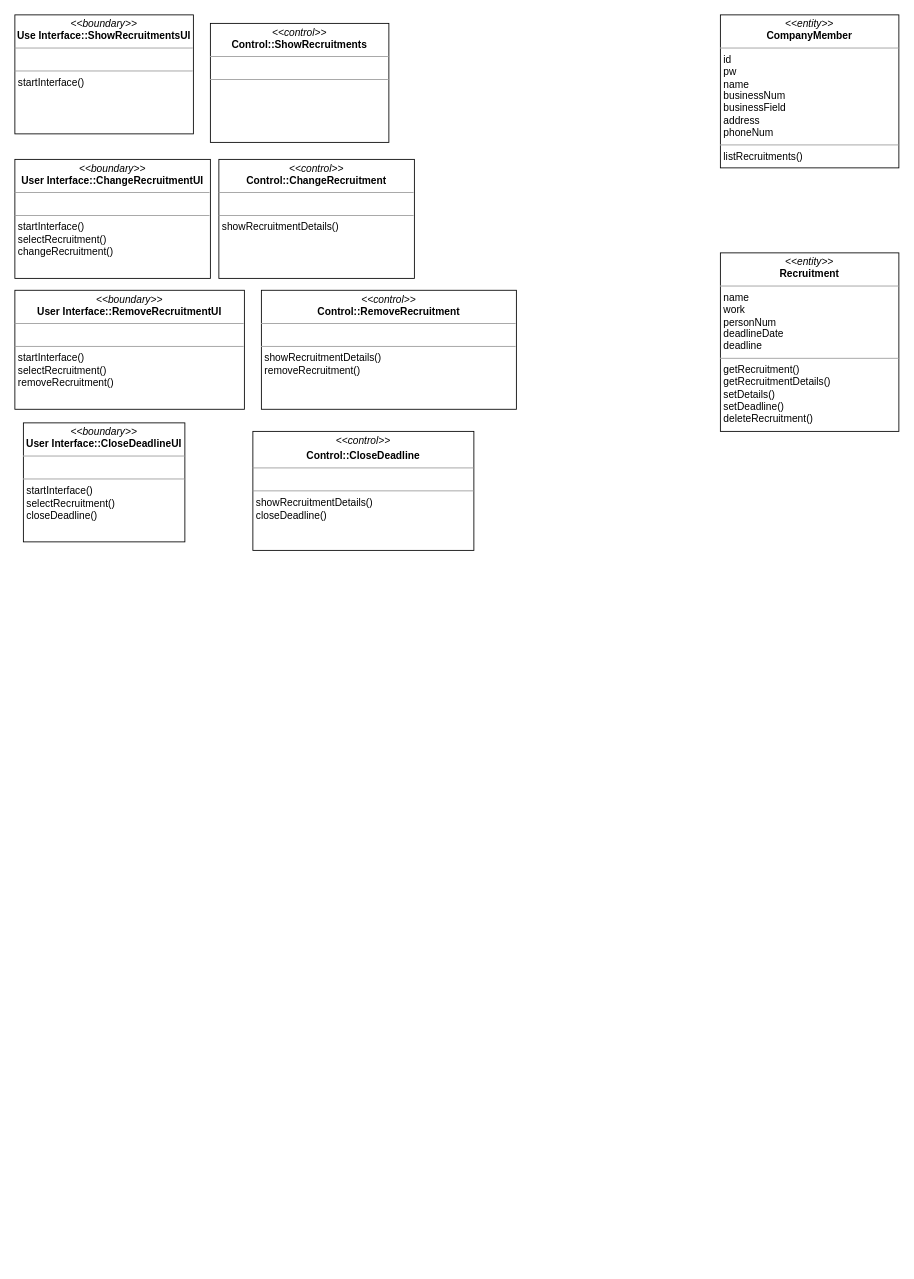
FinancialWorld16/SE_TEAM keeps this draw.io diagram as page "UI&Control" (1 of 2) of B811010_고한강/class diagram.drawio. Above is the earlier version. Source tidied: cells renumbered, new cells numbered last; positions are measured from the earlier drawing's top-left corner, leaving out a move shared by most shapes. Both pictures are drawn from the tidied source at 85%, with x=0, y=0 at pixel (14, 14).
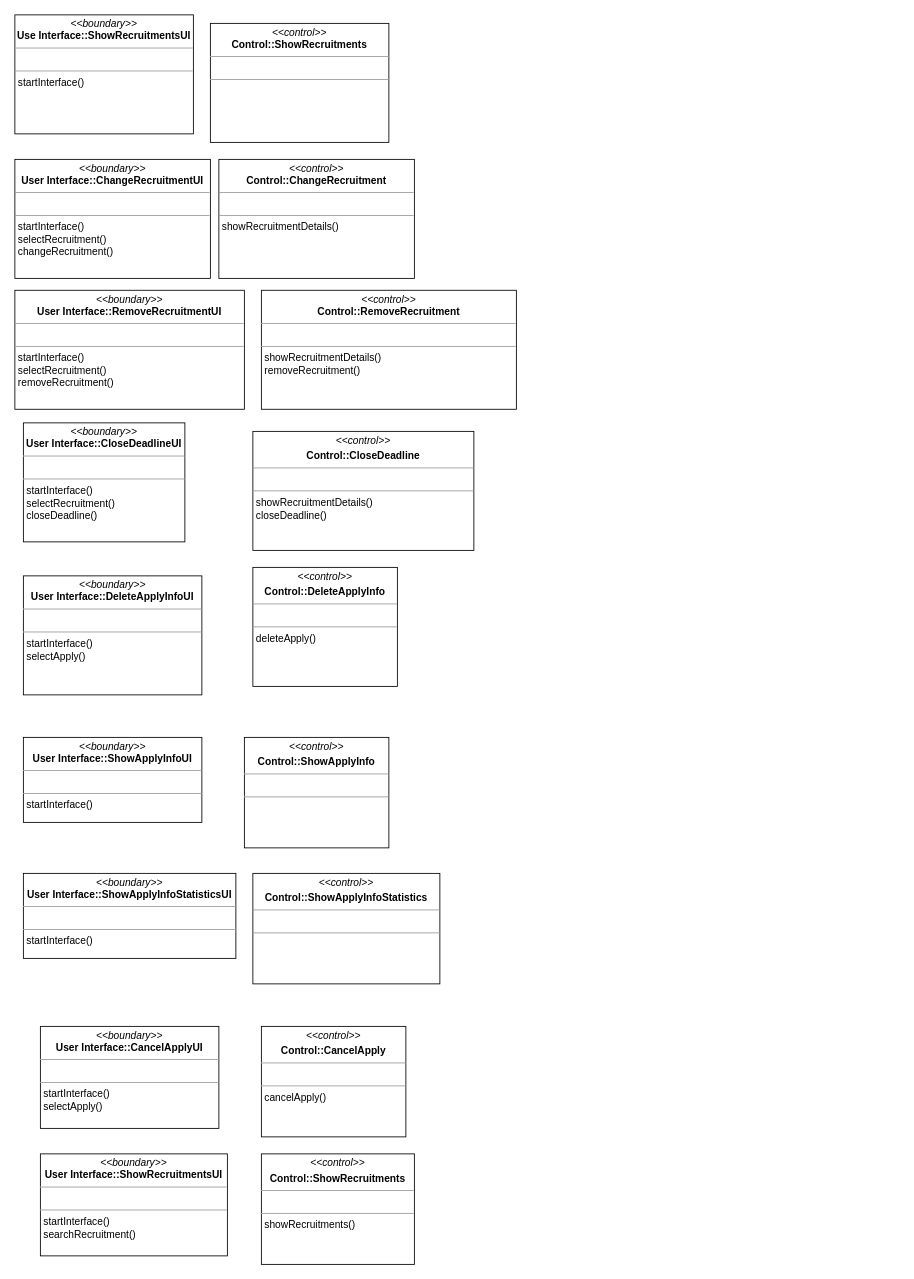
The same page after the edit.

What changed in the source:
```diff
@@
 <mxGraphModel>
   <root>
     <mxCell id="0" />
     <mxCell id="1" parent="0" />
     <mxCell id="2" value="&lt;p style=&quot;margin:0px;margin-top:4px;text-align:center;&quot;&gt;&lt;i&gt;&amp;lt;&amp;lt;boundary&amp;gt;&amp;gt;&lt;/i&gt;&lt;br&gt;&lt;b&gt;Use Interface::ShowRecruitmentsUI&lt;/b&gt;&lt;/p&gt;&lt;hr size=&quot;1&quot;&gt;&lt;p style=&quot;margin:0px;margin-left:4px;&quot;&gt;&lt;br&gt;&lt;/p&gt;&lt;hr size=&quot;1&quot;&gt;&lt;p style=&quot;margin:0px;margin-left:4px;&quot;&gt;startInterface()&lt;br&gt;&lt;/p&gt;" style="verticalAlign=top;align=left;overflow=fill;fontSize=12;fontFamily=Helvetica;html=1;" parent="1" vertex="1">
       <mxGeometry width="210" height="140" as="geometry" />
     </mxCell>
     <mxCell id="3" value="&lt;p style=&quot;margin:0px;margin-top:4px;text-align:center;&quot;&gt;&lt;i&gt;&amp;lt;&amp;lt;boundary&amp;gt;&amp;gt;&lt;/i&gt;&lt;br&gt;&lt;b&gt;User Interface::ChangeRecruitmentUI&lt;/b&gt;&lt;/p&gt;&lt;hr size=&quot;1&quot;&gt;&lt;p style=&quot;margin:0px;margin-left:4px;&quot;&gt;&lt;br&gt;&lt;/p&gt;&lt;hr size=&quot;1&quot;&gt;&lt;p style=&quot;margin:0px;margin-left:4px;&quot;&gt;startInterface()&lt;br&gt;&lt;/p&gt;&lt;p style=&quot;margin:0px;margin-left:4px;&quot;&gt;selectRecruitment()&lt;/p&gt;&lt;p style=&quot;margin:0px;margin-left:4px;&quot;&gt;changeRecruitment()&lt;/p&gt;" style="verticalAlign=top;align=left;overflow=fill;fontSize=12;fontFamily=Helvetica;html=1;" parent="1" vertex="1">
       <mxGeometry y="170" width="230" height="140" as="geometry" />
     </mxCell>
     <mxCell id="4" value="&lt;p style=&quot;margin:0px;margin-top:4px;text-align:center;&quot;&gt;&lt;i&gt;&amp;lt;&amp;lt;boundary&amp;gt;&amp;gt;&lt;/i&gt;&lt;br&gt;&lt;b&gt;User Interface::CloseDeadlineUI&lt;/b&gt;&lt;/p&gt;&lt;hr size=&quot;1&quot;&gt;&lt;p style=&quot;margin:0px;margin-left:4px;&quot;&gt;&lt;br&gt;&lt;/p&gt;&lt;hr size=&quot;1&quot;&gt;&lt;p style=&quot;margin:0px;margin-left:4px;&quot;&gt;startInterface()&lt;br&gt;&lt;/p&gt;&lt;p style=&quot;margin:0px;margin-left:4px;&quot;&gt;selectRecruitment()&lt;/p&gt;&lt;p style=&quot;margin:0px;margin-left:4px;&quot;&gt;closeDeadline()&lt;/p&gt;" style="verticalAlign=top;align=left;overflow=fill;fontSize=12;fontFamily=Helvetica;html=1;" parent="1" vertex="1">
       <mxGeometry x="10" y="480" width="190" height="140" as="geometry" />
     </mxCell>
     <mxCell id="5" value="&lt;p style=&quot;margin:0px;margin-top:4px;text-align:center;&quot;&gt;&lt;i&gt;&amp;lt;&amp;lt;boundary&amp;gt;&amp;gt;&lt;/i&gt;&lt;br&gt;&lt;b&gt;User Interface::RemoveRecruitmentUI&lt;/b&gt;&lt;/p&gt;&lt;hr size=&quot;1&quot;&gt;&lt;p style=&quot;margin:0px;margin-left:4px;&quot;&gt;&lt;br&gt;&lt;/p&gt;&lt;hr size=&quot;1&quot;&gt;&lt;p style=&quot;margin:0px;margin-left:4px;&quot;&gt;startInterface()&lt;br&gt;&lt;/p&gt;&lt;p style=&quot;margin:0px;margin-left:4px;&quot;&gt;selectRecruitment()&lt;/p&gt;&lt;p style=&quot;margin:0px;margin-left:4px;&quot;&gt;removeRecruitment()&lt;/p&gt;" style="verticalAlign=top;align=left;overflow=fill;fontSize=12;fontFamily=Helvetica;html=1;" parent="1" vertex="1">
       <mxGeometry y="324" width="270" height="140" as="geometry" />
     </mxCell>
     <mxCell id="6" value="&lt;p style=&quot;margin:0px;margin-top:4px;text-align:center;&quot;&gt;&lt;i&gt;&amp;lt;&amp;lt;control&amp;gt;&amp;gt;&lt;/i&gt;&lt;br&gt;&lt;b style=&quot;border-color: var(--border-color);&quot;&gt;Control&lt;/b&gt;&lt;b&gt;::ShowRecruitments&lt;/b&gt;&lt;/p&gt;&lt;hr size=&quot;1&quot;&gt;&lt;p style=&quot;margin:0px;margin-left:4px;&quot;&gt;&lt;br&gt;&lt;/p&gt;&lt;hr size=&quot;1&quot;&gt;&lt;p style=&quot;margin:0px;margin-left:4px;&quot;&gt;&lt;br&gt;&lt;/p&gt;" style="verticalAlign=top;align=left;overflow=fill;fontSize=12;fontFamily=Helvetica;html=1;" parent="1" vertex="1">
       <mxGeometry x="230" y="10" width="210" height="140" as="geometry" />
     </mxCell>
     <mxCell id="7" value="&lt;p style=&quot;margin:0px;margin-top:4px;text-align:center;&quot;&gt;&lt;i&gt;&amp;lt;&amp;lt;&lt;/i&gt;&lt;i style=&quot;border-color: var(--border-color);&quot;&gt;control&lt;/i&gt;&lt;i&gt;&amp;gt;&amp;gt;&lt;/i&gt;&lt;br&gt;&lt;b style=&quot;border-color: var(--border-color);&quot;&gt;Control&lt;/b&gt;&lt;b&gt;::ChangeRecruitment&lt;/b&gt;&lt;/p&gt;&lt;hr size=&quot;1&quot;&gt;&lt;p style=&quot;margin:0px;margin-left:4px;&quot;&gt;&lt;br&gt;&lt;/p&gt;&lt;hr size=&quot;1&quot;&gt;&lt;p style=&quot;margin:0px;margin-left:4px;&quot;&gt;showRecruitmentDetails()&lt;/p&gt;" style="verticalAlign=top;align=left;overflow=fill;fontSize=12;fontFamily=Helvetica;html=1;" parent="1" vertex="1">
       <mxGeometry x="240" y="170" width="230" height="140" as="geometry" />
     </mxCell>
     <mxCell id="8" value="&lt;p style=&quot;margin:0px;margin-top:4px;text-align:center;&quot;&gt;&lt;i&gt;&amp;lt;&amp;lt;&lt;/i&gt;&lt;i style=&quot;border-color: var(--border-color);&quot;&gt;control&lt;/i&gt;&lt;i&gt;&amp;gt;&amp;gt;&lt;/i&gt;&lt;br&gt;&lt;b style=&quot;border-color: var(--border-color);&quot;&gt;Control&lt;/b&gt;&lt;b&gt;::RemoveRecruitment&lt;/b&gt;&lt;/p&gt;&lt;hr size=&quot;1&quot;&gt;&lt;p style=&quot;margin:0px;margin-left:4px;&quot;&gt;&lt;br&gt;&lt;/p&gt;&lt;hr size=&quot;1&quot;&gt;&lt;p style=&quot;margin:0px;margin-left:4px;&quot;&gt;showRecruitmentDetails()&lt;br&gt;&lt;/p&gt;&lt;p style=&quot;margin:0px;margin-left:4px;&quot;&gt;removeRecruitment()&lt;/p&gt;" style="verticalAlign=top;align=left;overflow=fill;fontSize=12;fontFamily=Helvetica;html=1;" parent="1" vertex="1">
       <mxGeometry x="290" y="324" width="300" height="140" as="geometry" />
     </mxCell>
     <mxCell id="9" value="&lt;p style=&quot;margin:0px;margin-top:4px;text-align:center;&quot;&gt;&lt;i&gt;&amp;lt;&amp;lt;&lt;/i&gt;&lt;i style=&quot;border-color: var(--border-color);&quot;&gt;control&lt;/i&gt;&lt;i&gt;&amp;gt;&amp;gt;&lt;/i&gt;&lt;/p&gt;&lt;p style=&quot;margin:0px;margin-top:4px;text-align:center;&quot;&gt;&lt;b&gt;Control::CloseDeadline&lt;/b&gt;&lt;/p&gt;&lt;hr size=&quot;1&quot;&gt;&lt;p style=&quot;margin:0px;margin-left:4px;&quot;&gt;&lt;br&gt;&lt;/p&gt;&lt;hr size=&quot;1&quot;&gt;&lt;p style=&quot;margin:0px;margin-left:4px;&quot;&gt;showRecruitmentDetails()&lt;br&gt;&lt;/p&gt;&lt;p style=&quot;margin:0px;margin-left:4px;&quot;&gt;closeDeadline()&lt;/p&gt;" style="verticalAlign=top;align=left;overflow=fill;fontSize=12;fontFamily=Helvetica;html=1;" parent="1" vertex="1">
       <mxGeometry x="280" y="490" width="260" height="140" as="geometry" />
     </mxCell>
-    <mxCell id="10" value="&lt;p style=&quot;margin:0px;margin-top:4px;text-align:center;&quot;&gt;&lt;i&gt;&amp;lt;&amp;lt;entity&amp;gt;&amp;gt;&lt;/i&gt;&lt;br&gt;&lt;b&gt;Recruitment&lt;/b&gt;&lt;/p&gt;&lt;hr size=&quot;1&quot;&gt;&lt;p style=&quot;margin:0px;margin-left:4px;&quot;&gt;name&lt;/p&gt;&lt;p style=&quot;margin:0px;margin-left:4px;&quot;&gt;work&lt;/p&gt;&lt;p style=&quot;margin:0px;margin-left:4px;&quot;&gt;personNum&lt;/p&gt;&lt;p style=&quot;margin:0px;margin-left:4px;&quot;&gt;deadlineDate&lt;/p&gt;&lt;p style=&quot;margin:0px;margin-left:4px;&quot;&gt;deadline&lt;/p&gt;&lt;hr size=&quot;1&quot;&gt;&lt;p style=&quot;margin:0px;margin-left:4px;&quot;&gt;getRecruitment()&lt;/p&gt;&lt;p style=&quot;margin:0px;margin-left:4px;&quot;&gt;getRecruitmentDetails()&lt;/p&gt;&lt;p style=&quot;margin:0px;margin-left:4px;&quot;&gt;setDetails()&lt;/p&gt;&lt;p style=&quot;margin:0px;margin-left:4px;&quot;&gt;setDeadline()&lt;/p&gt;&lt;p style=&quot;margin:0px;margin-left:4px;&quot;&gt;deleteRecruitment()&lt;/p&gt;" style="verticalAlign=top;align=left;overflow=fill;fontSize=12;fontFamily=Helvetica;html=1;" parent="1" vertex="1">
-      <mxGeometry x="830" y="280" width="210" height="210" as="geometry" />
-    </mxCell>
-    <mxCell id="11" value="&lt;p style=&quot;margin:0px;margin-top:4px;text-align:center;&quot;&gt;&lt;i&gt;&amp;lt;&amp;lt;entity&amp;gt;&amp;gt;&lt;/i&gt;&lt;br&gt;&lt;b&gt;CompanyMember&lt;/b&gt;&lt;/p&gt;&lt;hr size=&quot;1&quot;&gt;&lt;p style=&quot;margin:0px;margin-left:4px;&quot;&gt;id&lt;/p&gt;&lt;p style=&quot;margin:0px;margin-left:4px;&quot;&gt;pw&lt;/p&gt;&lt;p style=&quot;margin:0px;margin-left:4px;&quot;&gt;name&lt;/p&gt;&lt;p style=&quot;margin:0px;margin-left:4px;&quot;&gt;businessNum&lt;/p&gt;&lt;p style=&quot;margin:0px;margin-left:4px;&quot;&gt;businessField&lt;/p&gt;&lt;p style=&quot;margin:0px;margin-left:4px;&quot;&gt;address&lt;/p&gt;&lt;p style=&quot;margin:0px;margin-left:4px;&quot;&gt;phoneNum&lt;/p&gt;&lt;hr size=&quot;1&quot;&gt;&lt;p style=&quot;margin:0px;margin-left:4px;&quot;&gt;listRecruitments()&lt;/p&gt;" style="verticalAlign=top;align=left;overflow=fill;fontSize=12;fontFamily=Helvetica;html=1;" parent="1" vertex="1">
-      <mxGeometry x="830" width="210" height="180" as="geometry" />
-    </mxCell>
+    <mxCell id="12" value="&lt;p style=&quot;margin:0px;margin-top:4px;text-align:center;&quot;&gt;&lt;i&gt;&amp;lt;&amp;lt;boundary&amp;gt;&amp;gt;&lt;/i&gt;&lt;br&gt;&lt;b&gt;User Interface::DeleteApplyInfoUI&lt;/b&gt;&lt;/p&gt;&lt;hr size=&quot;1&quot;&gt;&lt;p style=&quot;margin:0px;margin-left:4px;&quot;&gt;&lt;br&gt;&lt;/p&gt;&lt;hr size=&quot;1&quot;&gt;&lt;p style=&quot;margin:0px;margin-left:4px;&quot;&gt;startInterface()&lt;/p&gt;&lt;p style=&quot;margin:0px;margin-left:4px;&quot;&gt;selectApply()&lt;/p&gt;" style="verticalAlign=top;align=left;overflow=fill;fontSize=12;fontFamily=Helvetica;html=1;" parent="1" vertex="1">
+      <mxGeometry x="10" y="660" width="210" height="140" as="geometry" />
+    </mxCell>
+    <mxCell id="13" value="&lt;p style=&quot;margin:0px;margin-top:4px;text-align:center;&quot;&gt;&lt;i&gt;&amp;lt;&amp;lt;&lt;/i&gt;&lt;i style=&quot;border-color: var(--border-color);&quot;&gt;control&lt;/i&gt;&lt;i&gt;&amp;gt;&amp;gt;&lt;/i&gt;&lt;/p&gt;&lt;p style=&quot;margin:0px;margin-top:4px;text-align:center;&quot;&gt;&lt;b&gt;Control::DeleteApplyInfo&lt;/b&gt;&lt;/p&gt;&lt;hr size=&quot;1&quot;&gt;&lt;p style=&quot;margin:0px;margin-left:4px;&quot;&gt;&lt;br&gt;&lt;/p&gt;&lt;hr size=&quot;1&quot;&gt;&lt;p style=&quot;margin:0px;margin-left:4px;&quot;&gt;deleteApply()&lt;/p&gt;" style="verticalAlign=top;align=left;overflow=fill;fontSize=12;fontFamily=Helvetica;html=1;" parent="1" vertex="1">
+      <mxGeometry x="280" y="650" width="170" height="140" as="geometry" />
+    </mxCell>
+    <mxCell id="14" value="&lt;p style=&quot;margin:0px;margin-top:4px;text-align:center;&quot;&gt;&lt;i&gt;&amp;lt;&amp;lt;boundary&amp;gt;&amp;gt;&lt;/i&gt;&lt;br&gt;&lt;b&gt;User Interface::ShowApplyInfoUI&lt;/b&gt;&lt;/p&gt;&lt;hr size=&quot;1&quot;&gt;&lt;p style=&quot;margin:0px;margin-left:4px;&quot;&gt;&lt;br&gt;&lt;/p&gt;&lt;hr size=&quot;1&quot;&gt;&lt;p style=&quot;margin:0px;margin-left:4px;&quot;&gt;startInterface()&lt;/p&gt;" style="verticalAlign=top;align=left;overflow=fill;fontSize=12;fontFamily=Helvetica;html=1;" parent="1" vertex="1">
+      <mxGeometry x="10" y="850" width="210" height="100" as="geometry" />
+    </mxCell>
+    <mxCell id="15" value="&lt;p style=&quot;margin:0px;margin-top:4px;text-align:center;&quot;&gt;&lt;i&gt;&amp;lt;&amp;lt;&lt;/i&gt;&lt;i style=&quot;border-color: var(--border-color);&quot;&gt;control&lt;/i&gt;&lt;i&gt;&amp;gt;&amp;gt;&lt;/i&gt;&lt;/p&gt;&lt;p style=&quot;margin:0px;margin-top:4px;text-align:center;&quot;&gt;&lt;b&gt;Control::ShowApplyInfo&lt;/b&gt;&lt;/p&gt;&lt;hr size=&quot;1&quot;&gt;&lt;p style=&quot;margin:0px;margin-left:4px;&quot;&gt;&lt;br&gt;&lt;/p&gt;&lt;hr size=&quot;1&quot;&gt;&lt;p style=&quot;margin:0px;margin-left:4px;&quot;&gt;&lt;br&gt;&lt;/p&gt;" style="verticalAlign=top;align=left;overflow=fill;fontSize=12;fontFamily=Helvetica;html=1;" parent="1" vertex="1">
+      <mxGeometry x="270" y="850" width="170" height="130" as="geometry" />
+    </mxCell>
+    <mxCell id="16" value="&lt;p style=&quot;margin:0px;margin-top:4px;text-align:center;&quot;&gt;&lt;i&gt;&amp;lt;&amp;lt;boundary&amp;gt;&amp;gt;&lt;/i&gt;&lt;br&gt;&lt;b&gt;User Interface::ShowApplyInfoStatisticsUI&lt;/b&gt;&lt;/p&gt;&lt;hr size=&quot;1&quot;&gt;&lt;p style=&quot;margin:0px;margin-left:4px;&quot;&gt;&lt;br&gt;&lt;/p&gt;&lt;hr size=&quot;1&quot;&gt;&lt;p style=&quot;margin:0px;margin-left:4px;&quot;&gt;startInterface()&lt;/p&gt;" style="verticalAlign=top;align=left;overflow=fill;fontSize=12;fontFamily=Helvetica;html=1;" parent="1" vertex="1">
+      <mxGeometry x="10" y="1010" width="250" height="100" as="geometry" />
+    </mxCell>
+    <mxCell id="17" value="&lt;p style=&quot;margin:0px;margin-top:4px;text-align:center;&quot;&gt;&lt;i&gt;&amp;lt;&amp;lt;&lt;/i&gt;&lt;i style=&quot;border-color: var(--border-color);&quot;&gt;control&lt;/i&gt;&lt;i&gt;&amp;gt;&amp;gt;&lt;/i&gt;&lt;/p&gt;&lt;p style=&quot;margin:0px;margin-top:4px;text-align:center;&quot;&gt;&lt;b&gt;Control::ShowApplyInfoStatistics&lt;/b&gt;&lt;/p&gt;&lt;hr size=&quot;1&quot;&gt;&lt;p style=&quot;margin:0px;margin-left:4px;&quot;&gt;&lt;br&gt;&lt;/p&gt;&lt;hr size=&quot;1&quot;&gt;&lt;p style=&quot;margin:0px;margin-left:4px;&quot;&gt;&lt;br&gt;&lt;/p&gt;" style="verticalAlign=top;align=left;overflow=fill;fontSize=12;fontFamily=Helvetica;html=1;" parent="1" vertex="1">
+      <mxGeometry x="280" y="1010" width="220" height="130" as="geometry" />
+    </mxCell>
+    <mxCell id="18" value="&lt;p style=&quot;margin:0px;margin-top:4px;text-align:center;&quot;&gt;&lt;i&gt;&amp;lt;&amp;lt;boundary&amp;gt;&amp;gt;&lt;/i&gt;&lt;br&gt;&lt;b&gt;User Interface::CancelApplyUI&lt;/b&gt;&lt;/p&gt;&lt;hr size=&quot;1&quot;&gt;&lt;p style=&quot;margin:0px;margin-left:4px;&quot;&gt;&lt;br&gt;&lt;/p&gt;&lt;hr size=&quot;1&quot;&gt;&lt;p style=&quot;margin:0px;margin-left:4px;&quot;&gt;startInterface()&lt;/p&gt;&lt;p style=&quot;margin:0px;margin-left:4px;&quot;&gt;selectApply()&lt;/p&gt;" style="verticalAlign=top;align=left;overflow=fill;fontSize=12;fontFamily=Helvetica;html=1;" parent="1" vertex="1">
+      <mxGeometry x="30" y="1190" width="210" height="120" as="geometry" />
+    </mxCell>
+    <mxCell id="19" value="&lt;p style=&quot;margin:0px;margin-top:4px;text-align:center;&quot;&gt;&lt;i&gt;&amp;lt;&amp;lt;&lt;/i&gt;&lt;i style=&quot;border-color: var(--border-color);&quot;&gt;control&lt;/i&gt;&lt;i&gt;&amp;gt;&amp;gt;&lt;/i&gt;&lt;/p&gt;&lt;p style=&quot;margin:0px;margin-top:4px;text-align:center;&quot;&gt;&lt;b&gt;Control::CancelApply&lt;/b&gt;&lt;/p&gt;&lt;hr size=&quot;1&quot;&gt;&lt;p style=&quot;margin:0px;margin-left:4px;&quot;&gt;&lt;br&gt;&lt;/p&gt;&lt;hr size=&quot;1&quot;&gt;&lt;p style=&quot;margin:0px;margin-left:4px;&quot;&gt;cancelApply()&lt;/p&gt;" style="verticalAlign=top;align=left;overflow=fill;fontSize=12;fontFamily=Helvetica;html=1;" parent="1" vertex="1">
+      <mxGeometry x="290" y="1190" width="170" height="130" as="geometry" />
+    </mxCell>
+    <mxCell id="20" value="&lt;p style=&quot;margin:0px;margin-top:4px;text-align:center;&quot;&gt;&lt;i&gt;&amp;lt;&amp;lt;boundary&amp;gt;&amp;gt;&lt;/i&gt;&lt;br&gt;&lt;b&gt;User Interface::ShowRecruitmentsUI&lt;/b&gt;&lt;/p&gt;&lt;hr size=&quot;1&quot;&gt;&lt;p style=&quot;margin:0px;margin-left:4px;&quot;&gt;&lt;br&gt;&lt;/p&gt;&lt;hr size=&quot;1&quot;&gt;&lt;p style=&quot;margin:0px;margin-left:4px;&quot;&gt;startInterface()&lt;/p&gt;&lt;p style=&quot;margin:0px;margin-left:4px;&quot;&gt;searchRecruitment()&lt;/p&gt;" style="verticalAlign=top;align=left;overflow=fill;fontSize=12;fontFamily=Helvetica;html=1;" parent="1" vertex="1">
+      <mxGeometry x="30" y="1340" width="220" height="120" as="geometry" />
+    </mxCell>
+    <mxCell id="21" value="&lt;p style=&quot;margin:0px;margin-top:4px;text-align:center;&quot;&gt;&lt;i&gt;&amp;lt;&amp;lt;&lt;/i&gt;&lt;i style=&quot;border-color: var(--border-color);&quot;&gt;control&lt;/i&gt;&lt;i&gt;&amp;gt;&amp;gt;&lt;/i&gt;&lt;/p&gt;&lt;p style=&quot;margin:0px;margin-top:4px;text-align:center;&quot;&gt;&lt;b&gt;Control::ShowRecruitments&lt;/b&gt;&lt;/p&gt;&lt;hr size=&quot;1&quot;&gt;&lt;p style=&quot;margin:0px;margin-left:4px;&quot;&gt;&lt;br&gt;&lt;/p&gt;&lt;hr size=&quot;1&quot;&gt;&lt;p style=&quot;margin:0px;margin-left:4px;&quot;&gt;showRecruitments()&lt;/p&gt;" style="verticalAlign=top;align=left;overflow=fill;fontSize=12;fontFamily=Helvetica;html=1;" parent="1" vertex="1">
+      <mxGeometry x="290" y="1340" width="180" height="130" as="geometry" />
+    </mxCell>
   </root>
 </mxGraphModel>
```
